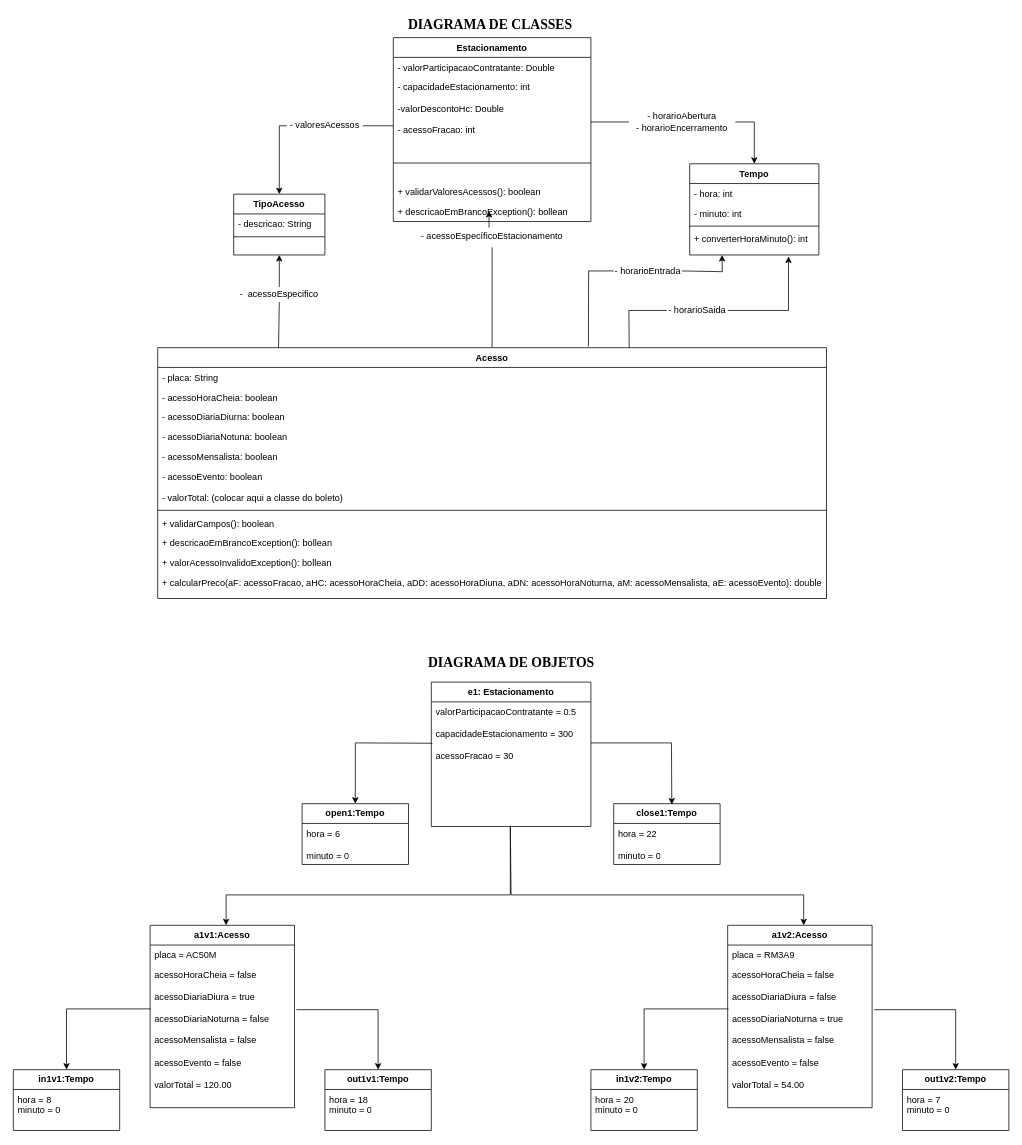
Above: diagramas/diagrama-classes.drawio in rodwendrel/orientacao-objetos (draw.io), before the change. Source tidied: cells renumbered, new cells numbered last; positions are measured from the earlier drawing's top-left corner, leaving out a move shared by most shapes. Both pictures are drawn from the tidied source at 76%, with x=0, y=0 at pixel (13, 13).
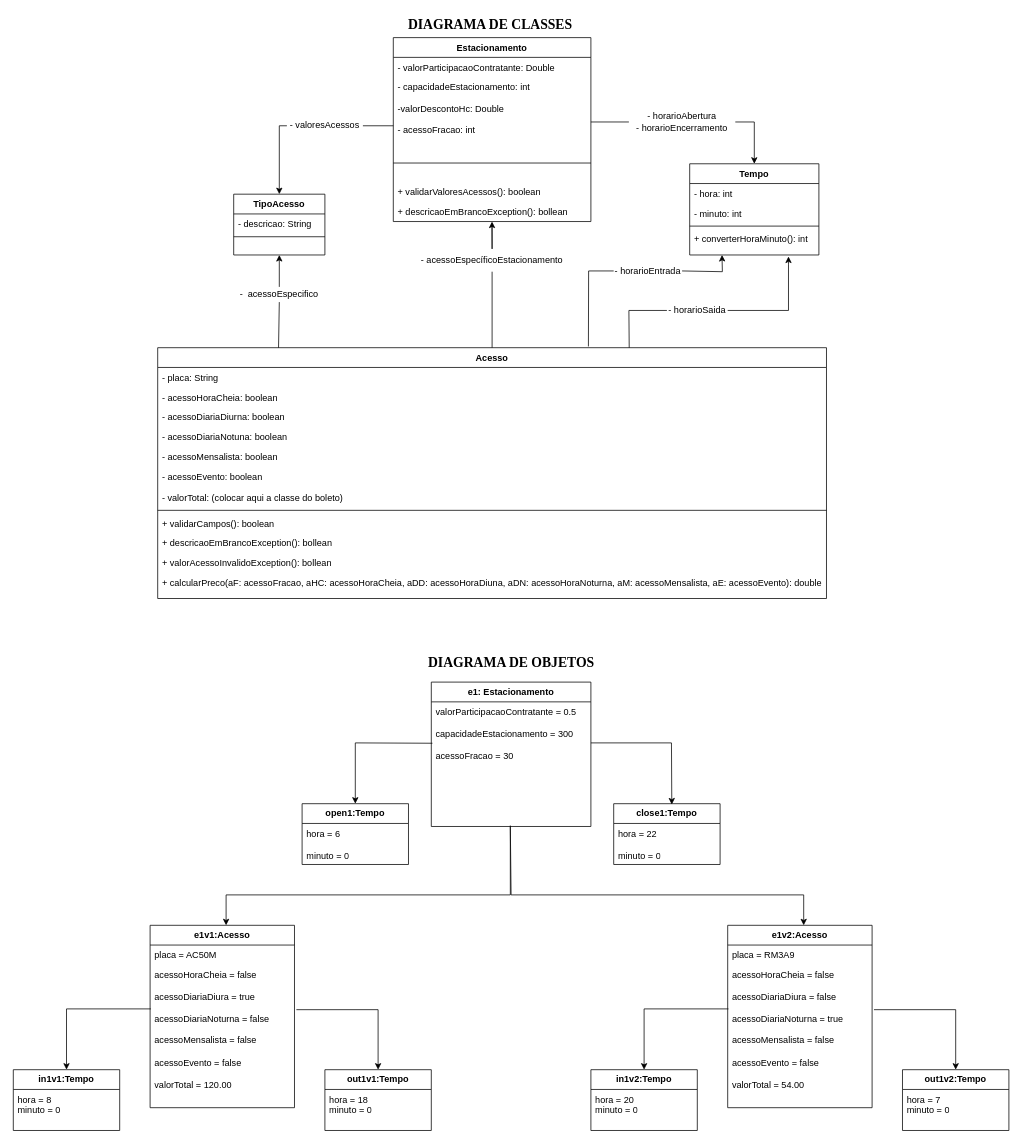
After the change.

Unchanged cells that the change refers to:
```xml
<mxCell id="8" value="Acesso" style="swimlane;fontStyle=1;align=center;verticalAlign=top;horizontal=1;startSize=26;rounded=0;shadow=0;strokeWidth=1;" parent="1" vertex="1">
  <mxGeometry x="190" y="440" width="880" height="330" as="geometry" />
</mxCell>
```

Change to the diagram source:
```diff
@@
     <mxCell id="29" value="- acessoEspecíficoEstacionamento" style="text;html=1;strokeColor=none;fillColor=none;align=center;verticalAlign=middle;whiteSpace=wrap;rounded=0;" parent="1" vertex="1">
-      <mxGeometry x="530" y="278" width="200" height="30" as="geometry" />
+      <mxGeometry x="530" y="310" width="200" height="30" as="geometry" />
     </mxCell>
@@
     <mxCell id="31" style="endArrow=none;html=1;rounded=0;entryX=0.5;entryY=0;entryDx=0;entryDy=0;exitX=0.5;exitY=1;exitDx=0;exitDy=0;" parent="1" edge="1" source="29" target="8">
-      <mxGeometry relative="1" as="geometry">
-        <Array as="points">
-          <mxPoint x="630" y="338" />
-        </Array>
-      </mxGeometry>
+      <mxGeometry relative="1" as="geometry" />
     </mxCell>
     <mxCell id="32" style="endArrow=classic;html=1;rounded=0;exitX=0.5;exitY=0;exitDx=0;exitDy=0;" parent="1" edge="1">
       <mxGeometry relative="1" as="geometry">
-        <mxPoint x="626" y="282" as="sourcePoint" />
-        <mxPoint x="626" y="260" as="targetPoint" />
+        <mxPoint x="629.9" y="276" as="sourcePoint" />
+        <mxPoint x="629.9" y="274" as="targetPoint" />
+        <Array as="points">
+          <mxPoint x="630" y="310" />
+        </Array>
       </mxGeometry>
     </mxCell>
@@
-    <mxCell id="55" value="&lt;b&gt;a1v1:Acesso&lt;/b&gt;" style="swimlane;fontStyle=0;horizontal=1;startSize=26;fillColor=none;whiteSpace=wrap;html=1;" parent="1" vertex="1">
+    <mxCell id="55" value="&lt;b&gt;e1v1:Acesso&lt;/b&gt;" style="swimlane;fontStyle=0;horizontal=1;startSize=26;fillColor=none;whiteSpace=wrap;html=1;" parent="1" vertex="1">
       <mxGeometry x="180" y="1200" width="190" height="240" as="geometry" />
     </mxCell>
@@
-    <mxCell id="67" value="&lt;b&gt;a1v2:Acesso&lt;/b&gt;" style="swimlane;fontStyle=0;horizontal=1;startSize=26;fillColor=none;whiteSpace=wrap;html=1;" parent="1" vertex="1">
+    <mxCell id="67" value="&lt;b&gt;e1v2:Acesso&lt;/b&gt;" style="swimlane;fontStyle=0;horizontal=1;startSize=26;fillColor=none;whiteSpace=wrap;html=1;" parent="1" vertex="1">
       <mxGeometry x="940" y="1200" width="190" height="240" as="geometry" />
     </mxCell>
```
